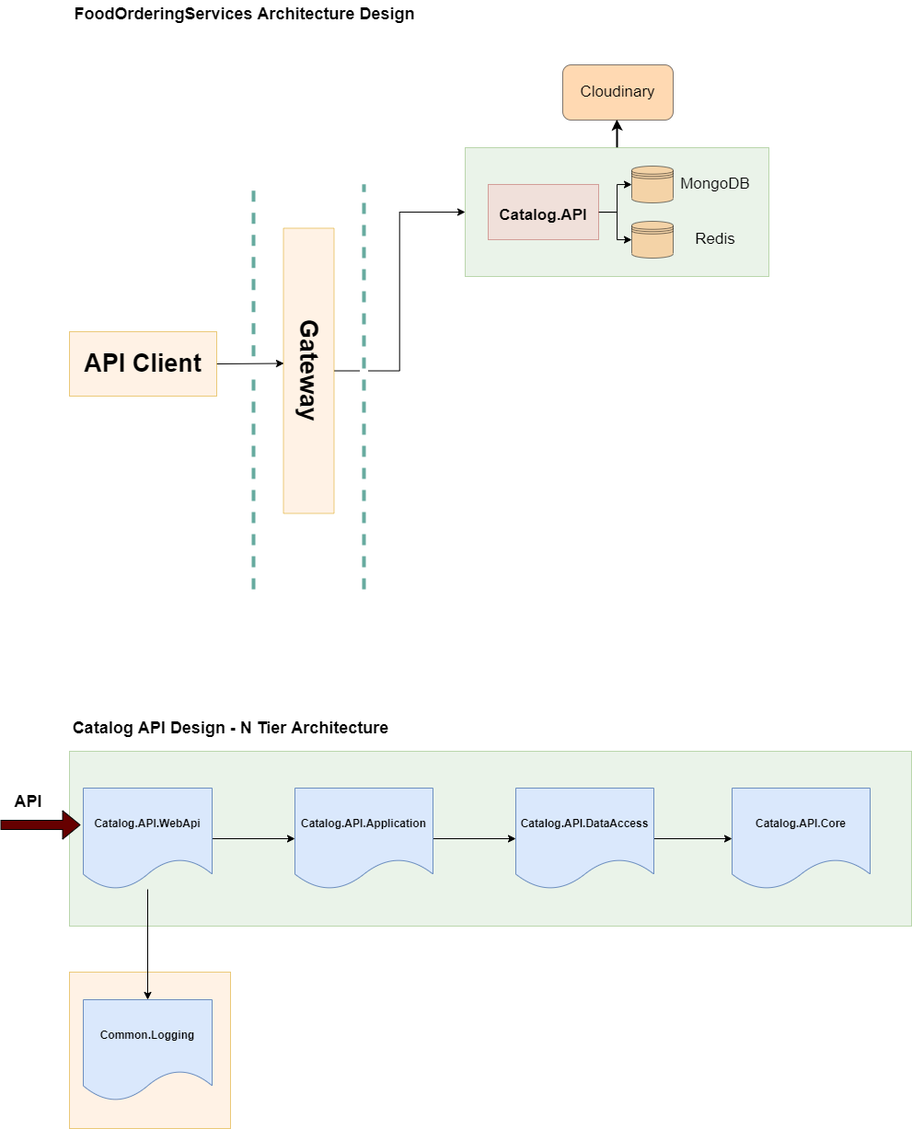
bm1905/FoodOrderingServices keeps this draw.io diagram as SAD.png. Above is the earlier version. Source tidied: cells renumbered, new cells last; positions are measured from the earlier drawing's top-left corner, leaving out a move shared by most shapes.
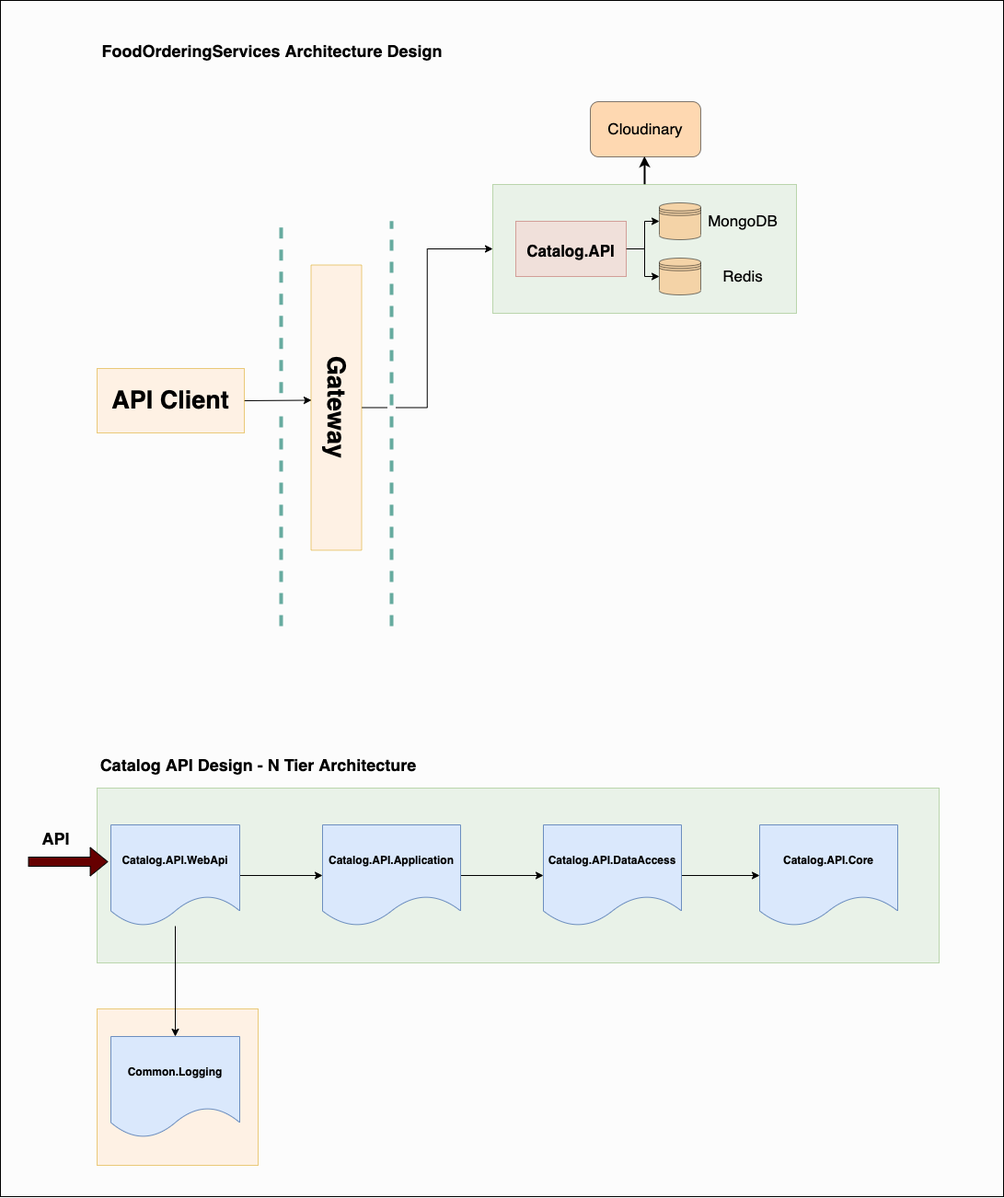
The same diagram one commit later.

What changed in the source:
```diff
@@ -2,6 +2,9 @@
   <root>
     <mxCell id="0" />
     <mxCell id="1" parent="0" />
+    <mxCell id="33" style="rounded=0;whiteSpace=wrap;html=1;fillColor=#FCFCFC;" parent="1" vertex="1">
+      <mxGeometry x="-30" y="-40" width="1090" height="1300" as="geometry" />
+    </mxCell>
     <mxCell id="2" style="rounded=0;whiteSpace=wrap;html=1;fillColor=#ffe6cc;strokeColor=#d79b00;opacity=50;" parent="1" vertex="1">
       <mxGeometry x="75" y="1056" width="175" height="170" as="geometry" />
     </mxCell>
```
